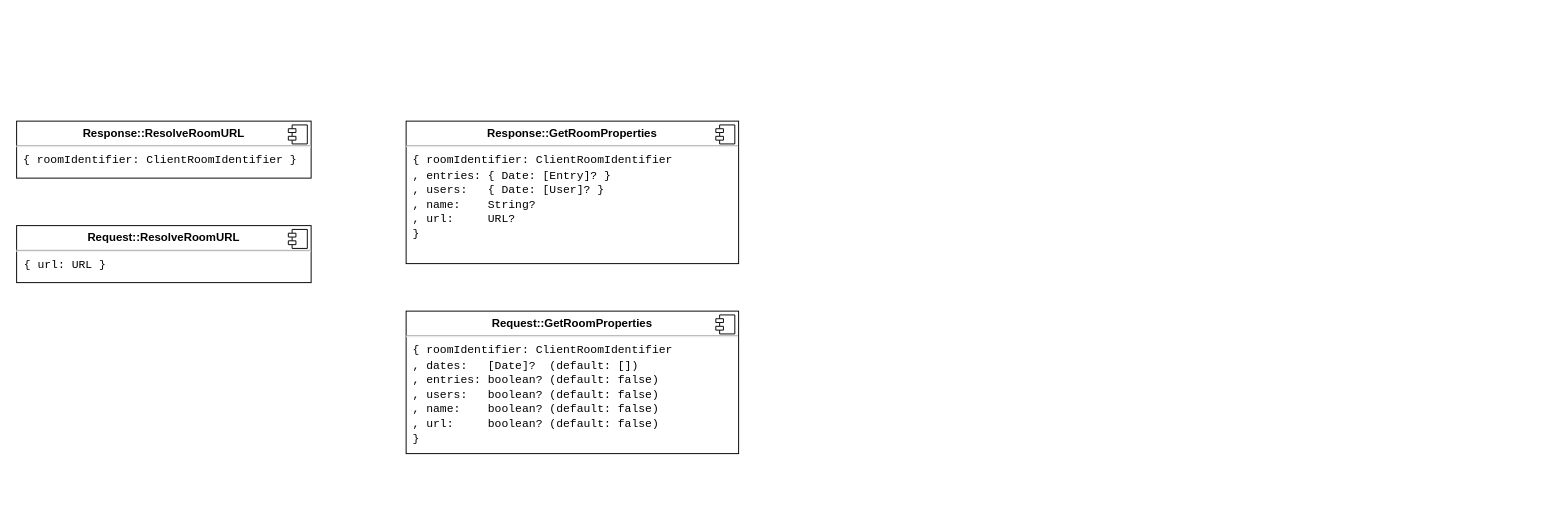
This is room-protocol.drawio from felixnaredi/situps.space, a draw.io file, before an edit. Source tidied: cells renumbered, new cells numbered last; positions are measured from the earlier drawing's top-left corner, leaving out a move shared by most shapes. Both pictures are drawn from the tidied source at 95%, with x=0, y=0 at pixel (16, 121).
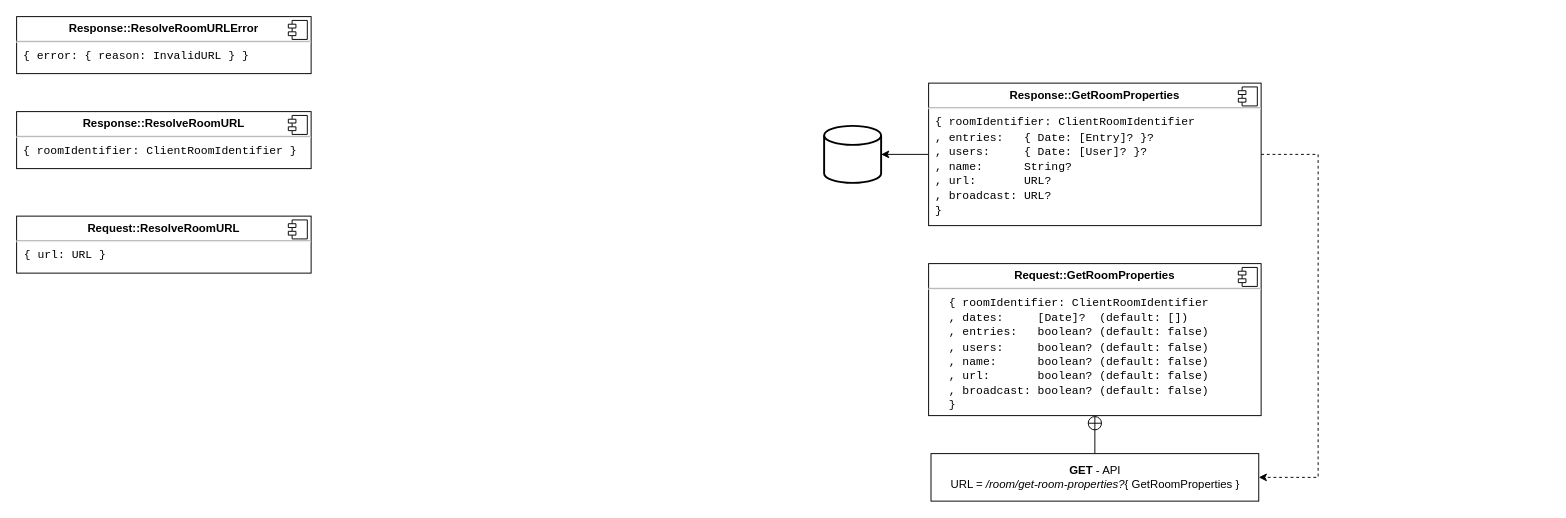
The same diagram, later.

Diff of the diagram source:
```diff
@@
-    <mxCell id="2" value="&lt;p style=&quot;margin:0px;margin-top:6px;text-align:center;&quot;&gt;&lt;b&gt;Request::GetRoomProperties&lt;/b&gt;&lt;br&gt;&lt;/p&gt;&lt;hr&gt;&lt;div&gt;&lt;font face=&quot;Courier New&quot;&gt;&amp;nbsp;{ roomIdentifier: ClientRoomIdentifier&lt;/font&gt;&lt;/div&gt;&lt;div&gt;&lt;font face=&quot;Courier New&quot;&gt;&amp;nbsp;, dates:&amp;nbsp;&amp;nbsp; [Date]?&amp;nbsp; (default: [])&lt;br&gt;&lt;/font&gt;&lt;/div&gt;&lt;div&gt;&lt;font face=&quot;Courier New&quot;&gt;&amp;nbsp;, entries: boolean? (default: false)&lt;br&gt;&lt;/font&gt;&lt;/div&gt;&lt;div&gt;&lt;font face=&quot;Courier New&quot;&gt;&amp;nbsp;, users:&amp;nbsp;&amp;nbsp; boolean? (default: false)&lt;br&gt;&lt;/font&gt;&lt;/div&gt;&lt;div&gt;&lt;font face=&quot;Courier New&quot;&gt;&amp;nbsp;, name:&amp;nbsp;&amp;nbsp;&amp;nbsp; boolean? (default: false)&lt;br&gt;&lt;/font&gt;&lt;/div&gt;&lt;div&gt;&lt;font face=&quot;Courier New&quot;&gt;&amp;nbsp;, url:&amp;nbsp;&amp;nbsp;&amp;nbsp;&amp;nbsp; boolean? (default: false)&lt;br&gt;&lt;/font&gt;&lt;/div&gt;&lt;div&gt;&lt;font face=&quot;Courier New&quot;&gt;&amp;nbsp;}&lt;br&gt;&lt;/font&gt;&lt;/div&gt;" style="align=left;overflow=fill;html=1;whiteSpace=wrap;" parent="1" vertex="1">
-      <mxGeometry x="410" y="200" width="350" height="150" as="geometry" />
+    <mxCell id="2" value="&lt;p style=&quot;margin:0px;margin-top:6px;text-align:center;&quot;&gt;&lt;b&gt;Request::GetRoomProperties&lt;/b&gt;&lt;br&gt;&lt;/p&gt;&lt;hr&gt;&lt;div&gt;&lt;font face=&quot;Courier New&quot;&gt;&amp;nbsp;&amp;nbsp; { roomIdentifier: ClientRoomIdentifier&lt;/font&gt;&lt;/div&gt;&lt;div&gt;&lt;font face=&quot;Courier New&quot;&gt;&amp;nbsp;&amp;nbsp; , dates:&amp;nbsp;&amp;nbsp;&amp;nbsp;&amp;nbsp; [Date]?&amp;nbsp; (default: [])&lt;br&gt;&lt;/font&gt;&lt;/div&gt;&lt;div&gt;&lt;font face=&quot;Courier New&quot;&gt;&amp;nbsp;&amp;nbsp; , entries:&amp;nbsp;&amp;nbsp; boolean? (default: false)&lt;br&gt;&lt;/font&gt;&lt;/div&gt;&lt;div&gt;&lt;font face=&quot;Courier New&quot;&gt;&amp;nbsp;&amp;nbsp; , users:&amp;nbsp;&amp;nbsp;&amp;nbsp;&amp;nbsp; boolean? (default: false)&lt;br&gt;&lt;/font&gt;&lt;/div&gt;&lt;div&gt;&lt;font face=&quot;Courier New&quot;&gt;&amp;nbsp;&amp;nbsp; , name:&amp;nbsp;&amp;nbsp;&amp;nbsp;&amp;nbsp;&amp;nbsp; boolean? (default: false)&lt;br&gt;&lt;/font&gt;&lt;/div&gt;&lt;div&gt;&lt;font face=&quot;Courier New&quot;&gt;&amp;nbsp;&amp;nbsp; , url:&amp;nbsp;&amp;nbsp;&amp;nbsp;&amp;nbsp;&amp;nbsp;&amp;nbsp; boolean? (default: false)&lt;br&gt;&lt;/font&gt;&lt;/div&gt;&lt;div&gt;&lt;font face=&quot;Courier New&quot;&gt;&amp;nbsp;&amp;nbsp; , broadcast: boolean? (default: false)&lt;br&gt;&lt;/font&gt;&lt;/div&gt;&lt;div&gt;&lt;font face=&quot;Courier New&quot;&gt;&amp;nbsp;&amp;nbsp; }&lt;br&gt;&lt;/font&gt;&lt;/div&gt;" style="align=left;overflow=fill;html=1;whiteSpace=wrap;" parent="1" vertex="1">
+      <mxGeometry x="960" y="150" width="350" height="160" as="geometry" />
     </mxCell>
@@
     <mxCell id="4" value="&lt;p style=&quot;margin:0px;margin-top:6px;text-align:center;&quot;&gt;&lt;b&gt;Request::ResolveRoomURL&lt;/b&gt;&lt;br&gt;&lt;/p&gt;&lt;hr&gt;&lt;p style=&quot;margin:0px;margin-left:8px;&quot;&gt;&lt;font face=&quot;Courier New&quot;&gt;{ url: URL }&lt;/font&gt;&lt;br&gt;&lt;/p&gt;" style="align=left;overflow=fill;html=1;whiteSpace=wrap;" parent="1" vertex="1">
-      <mxGeometry y="110" width="310" height="60" as="geometry" />
+      <mxGeometry y="100" width="310" height="60" as="geometry" />
     </mxCell>
@@
     <mxCell id="6" value="&lt;p style=&quot;margin:0px;margin-top:6px;text-align:center;&quot;&gt;&lt;b&gt;Response::ResolveRoomURL&lt;/b&gt;&lt;br&gt;&lt;/p&gt;&lt;hr&gt;&lt;font face=&quot;Courier New&quot;&gt;&amp;nbsp;{ roomIdentifier: ClientRoomIdentifier }&lt;/font&gt;" style="align=left;overflow=fill;html=1;whiteSpace=wrap;" parent="1" vertex="1">
-      <mxGeometry width="310" height="60" as="geometry" />
+      <mxGeometry y="-10" width="310" height="60" as="geometry" />
     </mxCell>
@@
     <mxCell id="8" style="edgeStyle=orthogonalEdgeStyle;rounded=0;orthogonalLoop=1;jettySize=auto;html=1;exitX=0.5;exitY=1;exitDx=0;exitDy=0;" parent="1" edge="1">
       <mxGeometry relative="1" as="geometry">
-        <mxPoint x="600" y="150" as="sourcePoint" />
-        <mxPoint x="600" y="150" as="targetPoint" />
+        <mxPoint x="1150" y="100" as="sourcePoint" />
+        <mxPoint x="1150" y="100" as="targetPoint" />
       </mxGeometry>
     </mxCell>
+    <mxCell id="11" style="edgeStyle=orthogonalEdgeStyle;rounded=0;jettySize=auto;html=1;entryX=1;entryY=0.5;entryDx=0;entryDy=0;exitX=1;exitY=0.5;exitDx=0;exitDy=0;dashed=1;" parent="1" edge="1" source="9" target="17">
+      <mxGeometry relative="1" as="geometry">
+        <Array as="points">
+          <mxPoint x="1370" y="35" />
+          <mxPoint x="1370" y="375" />
+        </Array>
+      </mxGeometry>
+    </mxCell>
+    <mxCell id="12" style="edgeStyle=orthogonalEdgeStyle;rounded=0;jettySize=auto;html=1;" parent="1" edge="1" source="9" target="18">
+      <mxGeometry relative="1" as="geometry" />
+    </mxCell>
-    <mxCell id="9" value="&lt;p style=&quot;margin:0px;margin-top:6px;text-align:center;&quot;&gt;&lt;b&gt;Response::GetRoomProperties&lt;/b&gt;&lt;br&gt;&lt;/p&gt;&lt;hr&gt;&lt;div&gt;&lt;font face=&quot;Courier New&quot;&gt;&amp;nbsp;{ roomIdentifier: ClientRoomIdentifier&lt;/font&gt;&lt;/div&gt;&lt;div&gt;&lt;font face=&quot;Courier New&quot;&gt;&amp;nbsp;, entries: { Date: [Entry]? }&lt;br&gt;&lt;/font&gt;&lt;/div&gt;&lt;div&gt;&lt;font face=&quot;Courier New&quot;&gt;&amp;nbsp;, users:&amp;nbsp;&amp;nbsp; { Date: [User]? }&lt;br&gt;&lt;/font&gt;&lt;/div&gt;&lt;div&gt;&lt;font face=&quot;Courier New&quot;&gt;&amp;nbsp;, name:&amp;nbsp;&amp;nbsp;&amp;nbsp; String?&lt;/font&gt;&lt;/div&gt;&lt;div&gt;&lt;font face=&quot;Courier New&quot;&gt;&amp;nbsp;, url:&amp;nbsp;&amp;nbsp;&amp;nbsp;&amp;nbsp; URL?&lt;br&gt;&lt;/font&gt;&lt;/div&gt;&lt;div&gt;&lt;font face=&quot;Courier New&quot;&gt;&amp;nbsp;}&lt;br&gt;&lt;/font&gt;&lt;/div&gt;" style="align=left;overflow=fill;html=1;whiteSpace=wrap;" parent="1" vertex="1">
-      <mxGeometry x="410" width="350" height="150" as="geometry" />
+    <mxCell id="9" value="&lt;p style=&quot;margin:0px;margin-top:6px;text-align:center;&quot;&gt;&lt;b&gt;Response::GetRoomProperties&lt;/b&gt;&lt;br&gt;&lt;/p&gt;&lt;hr&gt;&lt;div&gt;&lt;font face=&quot;Courier New&quot;&gt;&amp;nbsp;{ roomIdentifier: ClientRoomIdentifier&lt;/font&gt;&lt;/div&gt;&lt;div&gt;&lt;font face=&quot;Courier New&quot;&gt;&amp;nbsp;, entries:&amp;nbsp;&amp;nbsp; { Date: [Entry]? }?&lt;br&gt;&lt;/font&gt;&lt;/div&gt;&lt;div&gt;&lt;font face=&quot;Courier New&quot;&gt;&amp;nbsp;, users:&amp;nbsp;&amp;nbsp;&amp;nbsp;&amp;nbsp; { Date: [User]? }?&lt;br&gt;&lt;/font&gt;&lt;/div&gt;&lt;div&gt;&lt;font face=&quot;Courier New&quot;&gt;&amp;nbsp;, name:&amp;nbsp;&amp;nbsp; &amp;nbsp;&amp;nbsp; String?&lt;/font&gt;&lt;/div&gt;&lt;div&gt;&lt;font face=&quot;Courier New&quot;&gt;&amp;nbsp;, url:&amp;nbsp;&amp;nbsp; &amp;nbsp; &amp;nbsp; URL?&lt;br&gt;&lt;/font&gt;&lt;/div&gt;&lt;div&gt;&lt;font face=&quot;Courier New&quot;&gt;&amp;nbsp;, broadcast: URL?&lt;br&gt;&lt;/font&gt;&lt;/div&gt;&lt;div&gt;&lt;font face=&quot;Courier New&quot;&gt;&amp;nbsp;}&lt;br&gt;&lt;/font&gt;&lt;/div&gt;" style="align=left;overflow=fill;html=1;whiteSpace=wrap;" parent="1" vertex="1">
+      <mxGeometry x="960" y="-40" width="350" height="150" as="geometry" />
     </mxCell>
@@
+    <mxCell id="13" value="&lt;p style=&quot;margin:0px;margin-top:6px;text-align:center;&quot;&gt;&lt;b&gt;Response::ResolveRoomURLError&lt;/b&gt;&lt;br&gt;&lt;/p&gt;&lt;hr&gt;&lt;font face=&quot;Courier New&quot;&gt;&amp;nbsp;{ error: { reason: InvalidURL } }&lt;br&gt;&lt;/font&gt;" style="align=left;overflow=fill;html=1;whiteSpace=wrap;" parent="1" vertex="1">
+      <mxGeometry y="-110" width="310" height="60" as="geometry" />
+    </mxCell>
+    <mxCell id="14" style="shape=component;jettyWidth=8;jettyHeight=4;" parent="13" vertex="1">
+      <mxGeometry x="1" width="20" height="20" relative="1" as="geometry">
+        <mxPoint x="-24" y="4" as="offset" />
+      </mxGeometry>
+    </mxCell>
+    <mxCell id="15" style="edgeStyle=orthogonalEdgeStyle;rounded=0;orthogonalLoop=1;jettySize=auto;html=1;exitX=0.5;exitY=1;exitDx=0;exitDy=0;" parent="1" edge="1">
+      <mxGeometry relative="1" as="geometry">
+        <mxPoint x="1605" y="80" as="sourcePoint" />
+        <mxPoint x="1605" y="80" as="targetPoint" />
+      </mxGeometry>
+    </mxCell>
+    <mxCell id="16" style="edgeStyle=orthogonalEdgeStyle;rounded=0;jettySize=auto;html=1;endArrow=circlePlus;endFill=0;" parent="1" edge="1" source="17" target="2">
+      <mxGeometry relative="1" as="geometry" />
+    </mxCell>
+    <mxCell id="17" value="&lt;div&gt;&lt;b&gt;GET &lt;/b&gt;- API&lt;b&gt;&lt;br&gt;&lt;/b&gt;&lt;/div&gt;&lt;div&gt;URL = &lt;i&gt;/room/get-room-properties?&lt;/i&gt;{ GetRoomProperties }&lt;br&gt;&lt;/div&gt;" style="html=1;whiteSpace=wrap;" parent="1" vertex="1">
+      <mxGeometry x="962.5" y="350" width="345" height="50" as="geometry" />
+    </mxCell>
+    <mxCell id="18" style="strokeWidth=2;html=1;shape=mxgraph.flowchart.database;whiteSpace=wrap;" parent="1" vertex="1">
+      <mxGeometry x="850" y="5" width="60" height="60" as="geometry" />
+    </mxCell>
```
